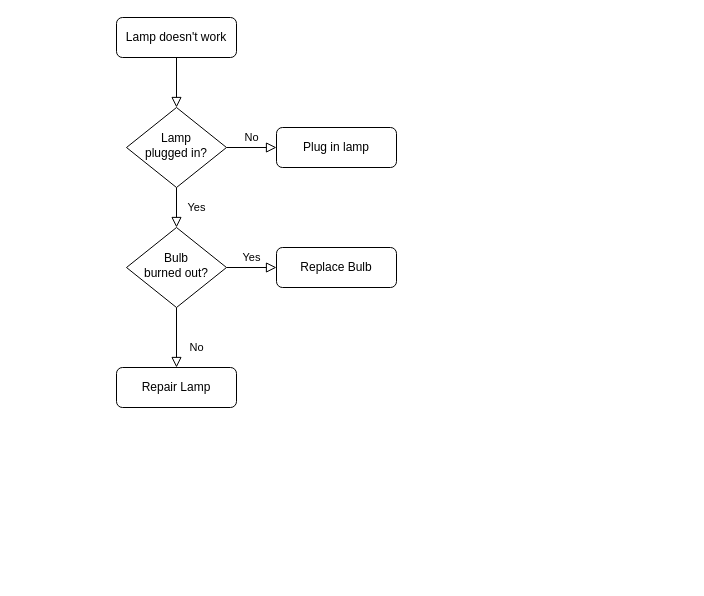
kkccww21/monitor keeps this draw.io diagram as tools/testFlow.drawio. Above is the earlier version. Source tidied: cells renumbered, new cells numbered last; positions are measured from the earlier drawing's top-left corner, leaving out a move shared by most shapes. Both pictures are drawn from the tidied source at 100%, with x=0, y=0 at pixel (116, 17). Pictures stored in the file or linked from it are replaced by grey dashed boxes.
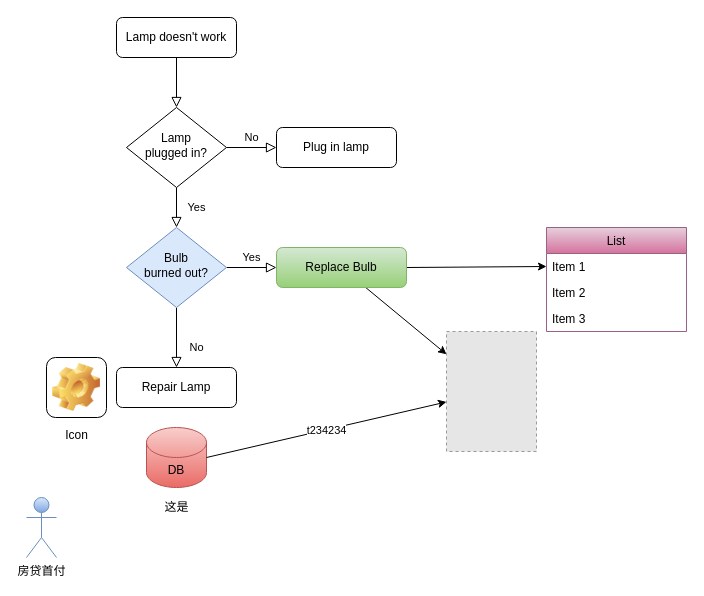
Above is the later version.

Change to the diagram source:
```diff
@@
-    <mxCell id="10" value="Bulb&lt;br&gt;burned out?" style="rhombus;whiteSpace=wrap;html=1;shadow=0;fontFamily=Helvetica;fontSize=12;align=center;strokeWidth=1;spacing=6;spacingTop=-4;" parent="1" vertex="1">
+    <mxCell id="10" value="Bulb&lt;br&gt;burned out?" style="rhombus;whiteSpace=wrap;html=1;shadow=0;fontFamily=Helvetica;fontSize=12;align=center;strokeWidth=1;spacing=6;spacingTop=-4;fillColor=#dae8fc;strokeColor=#6c8ebf;" parent="1" vertex="1">
       <mxGeometry x="10" y="210" width="100" height="80" as="geometry" />
     </mxCell>
@@
+    <mxCell id="13" style="rounded=0;jettySize=auto;html=1;exitX=1;exitY=0.5;exitDx=0;exitDy=0;entryX=0;entryY=0.5;entryDx=0;entryDy=0;sketch=0;shadow=0;" parent="1" edge="1" source="12" target="17">
+      <mxGeometry relative="1" as="geometry" />
+    </mxCell>
+    <mxCell id="14" style="edgeStyle=none;rounded=0;sketch=0;jettySize=auto;html=1;shadow=0;" parent="1" edge="1" source="12" target="20">
+      <mxGeometry relative="1" as="geometry" />
+    </mxCell>
-    <mxCell id="12" value="Replace Bulb" style="rounded=1;whiteSpace=wrap;html=1;fontSize=12;glass=0;strokeWidth=1;shadow=0;" parent="1" vertex="1">
-      <mxGeometry x="160" y="230" width="120" height="40" as="geometry" />
+    <mxCell id="12" value="Replace Bulb" style="rounded=1;whiteSpace=wrap;html=1;fontSize=12;glass=0;strokeWidth=1;shadow=0;gradientColor=#97d077;fillColor=#d5e8d4;strokeColor=#82b366;" parent="1" vertex="1">
+      <mxGeometry x="160" y="230" width="130" height="40" as="geometry" />
     </mxCell>
+    <mxCell id="15" value="DB" style="shape=cylinder3;whiteSpace=wrap;html=1;boundedLbl=1;backgroundOutline=1;size=15;gradientColor=#ea6b66;fillColor=#f8cecc;strokeColor=#b85450;" parent="1" vertex="1">
+      <mxGeometry x="30" y="410" width="60" height="60" as="geometry" />
+    </mxCell>
+    <mxCell id="16" value="List" style="swimlane;fontStyle=0;horizontal=1;startSize=26;gradientColor=#d5739d;fillColor=#e6d0de;strokeColor=#996185;" parent="1" vertex="1">
+      <mxGeometry x="430" y="210" width="140" height="104" as="geometry" />
+    </mxCell>
+    <mxCell id="17" value="Item 1" style="text;strokeColor=none;fillColor=none;align=left;verticalAlign=top;spacingLeft=4;spacingRight=4;overflow=hidden;points=[[0,0.5],[1,0.5]];portConstraint=eastwest;" parent="16" vertex="1">
+      <mxGeometry y="26" width="140" height="26" as="geometry" />
+    </mxCell>
+    <mxCell id="18" value="Item 2" style="text;strokeColor=none;fillColor=none;align=left;verticalAlign=top;spacingLeft=4;spacingRight=4;overflow=hidden;" parent="16" vertex="1">
+      <mxGeometry y="52" width="140" height="26" as="geometry" />
+    </mxCell>
+    <mxCell id="19" value="Item 3" style="text;strokeColor=none;fillColor=none;align=left;verticalAlign=top;spacingLeft=4;spacingRight=4;overflow=hidden;" parent="16" vertex="1">
+      <mxGeometry y="78" width="140" height="26" as="geometry" />
+    </mxCell>
+    <mxCell id="20" style="fillColor=#E6E6E6;strokeColor=#999999;dashed=1;html=1;verticalLabelPosition=bottom;verticalAlign=top;" parent="1" vertex="1">
+      <mxGeometry x="330" y="314" width="90" height="120" as="geometry" />
+    </mxCell>
+    <mxCell id="21" value="Icon" style="icon;html=1;image=img/clipart/Gear_128x128.png;shadow=0;" parent="1" vertex="1">
+      <mxGeometry x="-70" y="340" width="60" height="60" as="geometry" />
+    </mxCell>
+    <mxCell id="22" value="这是" style="text;html=1;align=center;verticalAlign=middle;strokeColor=none;" parent="1" vertex="1">
+      <mxGeometry x="40" y="480" width="40" height="20" as="geometry" />
+    </mxCell>
+    <mxCell id="23" value="房贷首付" style="shape=umlActor;verticalLabelPosition=bottom;verticalAlign=top;html=1;shadow=0;gradientColor=#7ea6e0;fillColor=#dae8fc;strokeColor=#6c8ebf;" parent="1" vertex="1">
+      <mxGeometry x="-90" y="480" width="30" height="60" as="geometry" />
+    </mxCell>
+    <mxCell id="24" style="endArrow=classic;html=1;shadow=0;exitX=1;exitY=0.5;exitDx=0;exitDy=0;exitPerimeter=0;" parent="1" edge="1" source="15" target="20">
+      <mxGeometry relative="1" as="geometry" />
+    </mxCell>
+    <mxCell id="25" value="t234234" style="edgeLabel;html=1;align=center;verticalAlign=middle;" parent="24" vertex="1">
+      <mxGeometry relative="1" as="geometry" />
+    </mxCell>
```
